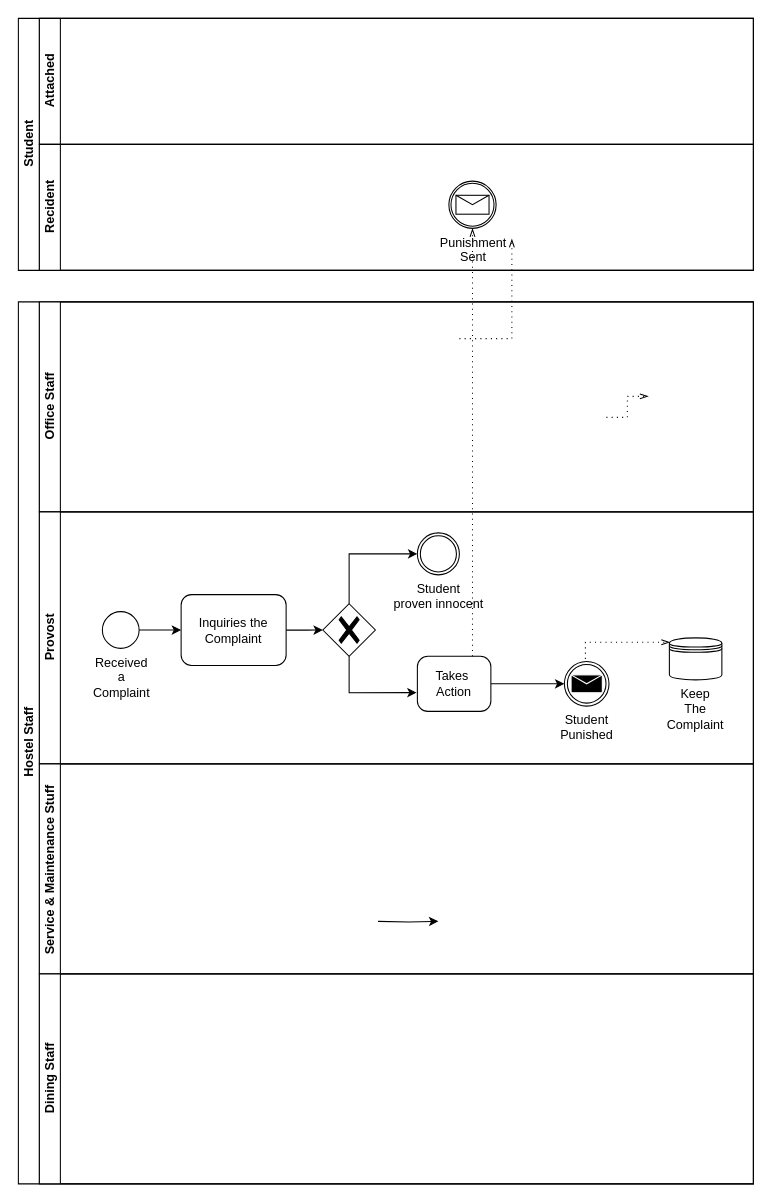
Earlier version of the draw.io diagram page "Page-4" (4 of 4) of BPMN/BPMN_B1_4.drawio (Noman1705088/CSE-326). Source tidied: cells renumbered, new cells numbered last; positions are measured from the earlier drawing's top-left corner, leaving out a move shared by most shapes. Both pictures are drawn from the tidied source at 105%, with x=0, y=0 at pixel (18, 18).
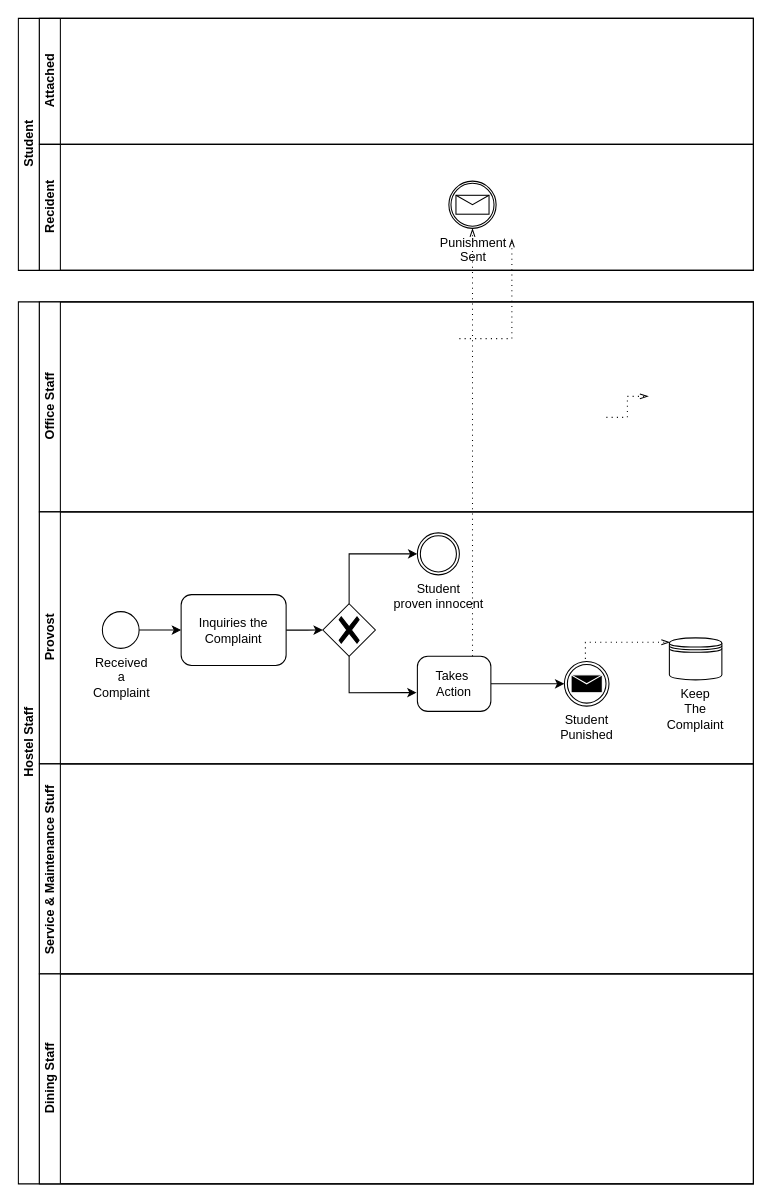
Above is the later version.

Unchanged cells that the change refers to:
```xml
<mxCell id="27" value="Service &amp;amp; Maintenance Stuff&amp;nbsp;" style="swimlane;html=1;startSize=20;horizontal=0;" parent="6" vertex="1">
  <mxGeometry x="20" y="440" width="680" height="200" as="geometry" />
</mxCell>
```

Diff of the diagram source:
```diff
@@
-    <mxCell id="31" style="edgeStyle=orthogonalEdgeStyle;rounded=0;orthogonalLoop=1;jettySize=auto;html=1;exitX=1;exitY=0.5;exitDx=0;exitDy=0;exitPerimeter=0;entryX=0.5;entryY=1;entryDx=0;entryDy=0;entryPerimeter=0;" parent="27" edge="1">
-      <mxGeometry relative="1" as="geometry">
-        <mxPoint x="322.5" y="150" as="sourcePoint" />
-        <mxPoint x="380" y="149.9" as="targetPoint" />
-      </mxGeometry>
-    </mxCell>
```
